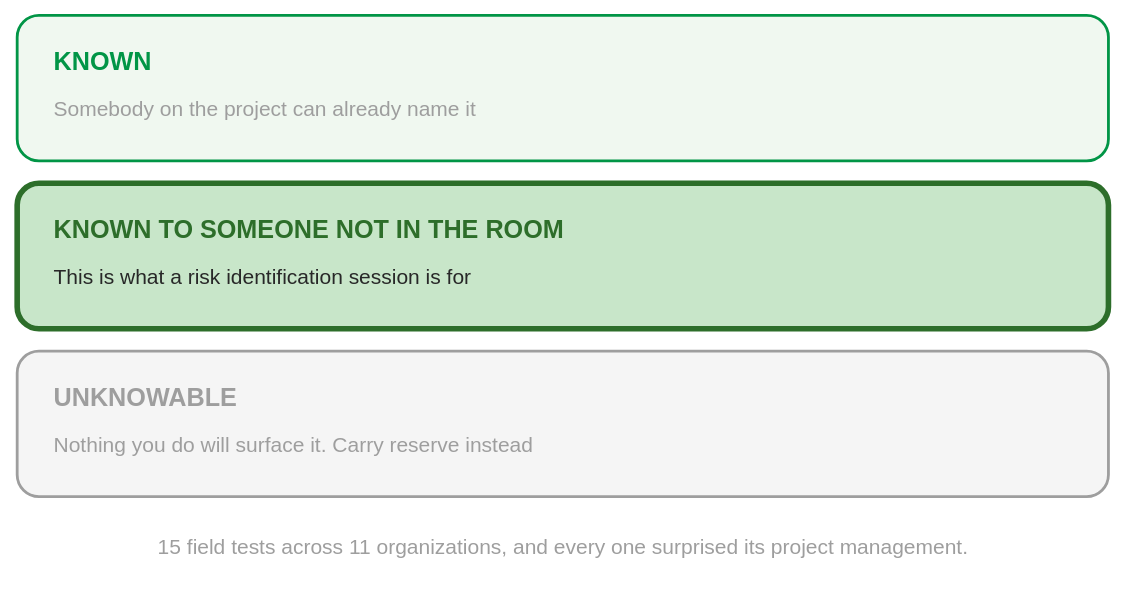
This is content/needs/risks/known-unknown.svg from msdbok/msdbok.github.io, a draw.io export, as it was before one commit. Source tidied: cells renumbered, new cells last; positions are measured from the earlier drawing's top-left corner, leaving out a move shared by most shapes.
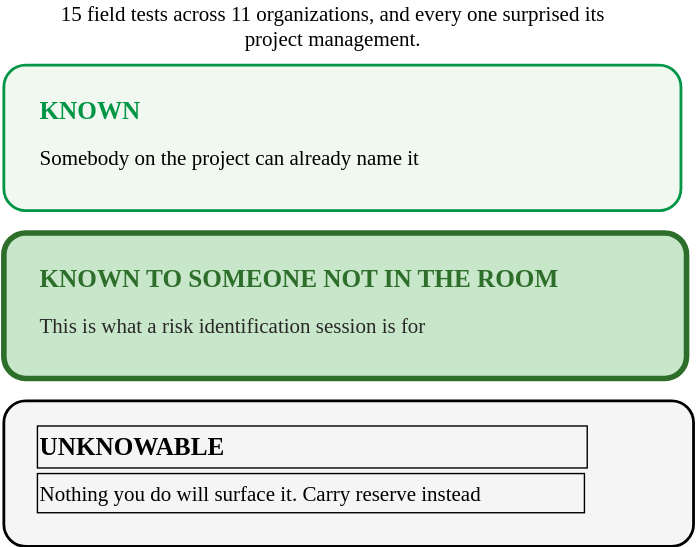
The same diagram one commit later.

Diff of the diagram source:
```diff
@@ -3,34 +3,34 @@
     <mxCell id="0" />
     <mxCell id="1" parent="0" />
     <mxCell id="2" style="rounded=1;whiteSpace=wrap;html=1;fillColor=#f0f8f0;strokeColor=#019546;fontFamily=Tahoma,Verdana,sans-serif;fontColor=#282828;fontSize=15;strokeWidth=2;" parent="1" vertex="1">
-      <mxGeometry width="780" height="104" as="geometry" />
+      <mxGeometry width="484" height="104" as="geometry" />
     </mxCell>
     <mxCell id="3" value="KNOWN" style="text;html=1;strokeColor=none;fillColor=none;align=left;verticalAlign=middle;whiteSpace=wrap;fontFamily=Tahoma,Verdana,sans-serif;fontColor=#019546;fontSize=18;fontStyle=1;" parent="1" vertex="1">
-      <mxGeometry x="24" y="18" width="730" height="30" as="geometry" />
+      <mxGeometry x="24" y="18" width="439" height="30" as="geometry" />
     </mxCell>
-    <mxCell id="4" value="Somebody on the project can already name it" style="text;html=1;strokeColor=none;fillColor=none;align=left;verticalAlign=middle;whiteSpace=wrap;fontFamily=Tahoma,Verdana,sans-serif;fontColor=#9e9e9e;fontSize=15;" parent="1" vertex="1">
-      <mxGeometry x="24" y="52" width="730" height="28" as="geometry" />
+    <mxCell id="4" value="Somebody on the project can already name it" style="text;html=1;strokeColor=none;fillColor=none;align=left;verticalAlign=middle;whiteSpace=wrap;fontFamily=Tahoma,Verdana,sans-serif;fontColor=#000000;fontSize=15;" parent="1" vertex="1">
+      <mxGeometry x="24" y="52" width="445" height="28" as="geometry" />
     </mxCell>
     <mxCell id="5" style="rounded=1;whiteSpace=wrap;html=1;fillColor=#c8e6c9;strokeColor=#2D6E2A;fontFamily=Tahoma,Verdana,sans-serif;fontColor=#282828;fontSize=15;strokeWidth=4;" parent="1" vertex="1">
-      <mxGeometry y="120" width="780" height="104" as="geometry" />
+      <mxGeometry y="120" width="488" height="104" as="geometry" />
     </mxCell>
     <mxCell id="6" value="KNOWN TO SOMEONE NOT IN THE ROOM" style="text;html=1;strokeColor=none;fillColor=none;align=left;verticalAlign=middle;whiteSpace=wrap;fontFamily=Tahoma,Verdana,sans-serif;fontColor=#2D6E2A;fontSize=18;fontStyle=1;" parent="1" vertex="1">
-      <mxGeometry x="24" y="138" width="730" height="30" as="geometry" />
+      <mxGeometry x="24" y="138" width="423" height="30" as="geometry" />
     </mxCell>
     <mxCell id="7" value="This is what a risk identification session is for" style="text;html=1;strokeColor=none;fillColor=none;align=left;verticalAlign=middle;whiteSpace=wrap;fontFamily=Tahoma,Verdana,sans-serif;fontColor=#282828;fontSize=15;" parent="1" vertex="1">
-      <mxGeometry x="24" y="172" width="730" height="28" as="geometry" />
+      <mxGeometry x="24" y="172" width="433" height="28" as="geometry" />
     </mxCell>
-    <mxCell id="8" style="rounded=1;whiteSpace=wrap;html=1;fillColor=#f5f5f5;strokeColor=#9e9e9e;fontFamily=Tahoma,Verdana,sans-serif;fontColor=#282828;fontSize=15;strokeWidth=2;" parent="1" vertex="1">
-      <mxGeometry y="240" width="780" height="104" as="geometry" />
+    <mxCell id="8" style="rounded=1;whiteSpace=wrap;html=1;fillColor=#f5f5f5;strokeColor=#000000;fontFamily=Tahoma,Verdana,sans-serif;fontColor=#282828;fontSize=15;strokeWidth=2;" parent="1" vertex="1">
+      <mxGeometry y="240" width="493" height="104" as="geometry" />
     </mxCell>
-    <mxCell id="9" value="UNKNOWABLE" style="text;html=1;strokeColor=none;fillColor=none;align=left;verticalAlign=middle;whiteSpace=wrap;fontFamily=Tahoma,Verdana,sans-serif;fontColor=#9e9e9e;fontSize=18;fontStyle=1;" parent="1" vertex="1">
-      <mxGeometry x="24" y="258" width="730" height="30" as="geometry" />
+    <mxCell id="9" value="&lt;font style=&quot;color: rgb(0, 0, 0);&quot;&gt;UNKNOWABLE&lt;/font&gt;" style="text;html=1;strokeColor=#000000;fillColor=none;align=left;verticalAlign=middle;whiteSpace=wrap;fontFamily=Tahoma,Verdana,sans-serif;fontColor=#9e9e9e;fontSize=18;fontStyle=1;" parent="1" vertex="1">
+      <mxGeometry x="24" y="258" width="393" height="30" as="geometry" />
     </mxCell>
-    <mxCell id="10" value="Nothing you do will surface it. Carry reserve instead" style="text;html=1;strokeColor=none;fillColor=none;align=left;verticalAlign=middle;whiteSpace=wrap;fontFamily=Tahoma,Verdana,sans-serif;fontColor=#9e9e9e;fontSize=15;" parent="1" vertex="1">
-      <mxGeometry x="24" y="292" width="730" height="28" as="geometry" />
+    <mxCell id="10" value="&lt;font style=&quot;color: rgb(0, 0, 0);&quot;&gt;Nothing you do will surface it. Carry reserve instead&lt;/font&gt;" style="text;html=1;strokeColor=#000000;fillColor=none;align=left;verticalAlign=middle;whiteSpace=wrap;fontFamily=Tahoma,Verdana,sans-serif;fontColor=#9e9e9e;fontSize=15;" parent="1" vertex="1">
+      <mxGeometry x="24" y="292" width="391" height="28" as="geometry" />
     </mxCell>
-    <mxCell id="11" value="15 field tests across 11 organizations, and every one surprised its project management." style="text;html=1;strokeColor=none;fillColor=none;align=center;verticalAlign=middle;whiteSpace=wrap;fontFamily=Tahoma,Verdana,sans-serif;fontColor=#9e9e9e;fontSize=15;" parent="1" vertex="1">
-      <mxGeometry y="364" width="780" height="30" as="geometry" />
+    <mxCell id="11" value="15 field tests across 11 organizations, and every one surprised its project management." style="text;html=1;strokeColor=none;fillColor=none;align=center;verticalAlign=middle;whiteSpace=wrap;fontFamily=Tahoma,Verdana,sans-serif;fontColor=#000000;fontSize=15;" parent="1" vertex="1">
+      <mxGeometry x="35" y="-43" width="401" height="30" as="geometry" />
     </mxCell>
   </root>
 </mxGraphModel>
```
